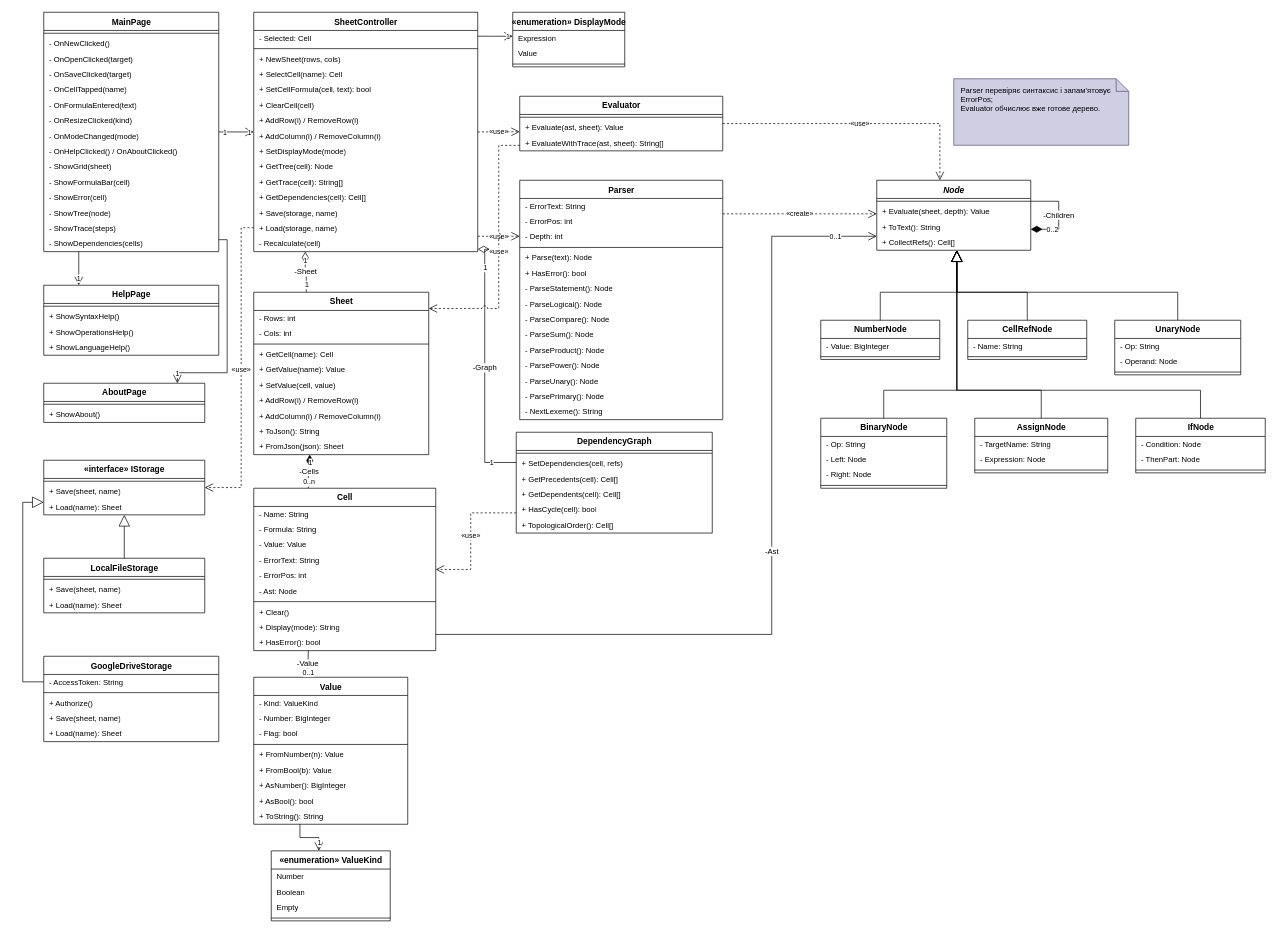
Above: docs/lab1_class-diagram.drawio in xxieuss/csharp-lab1-expr-spreadsheet (draw.io), before the change. Source tidied: cells renumbered, new cells numbered last; positions are measured from the earlier drawing's top-left corner, leaving out a move shared by most shapes. Both pictures are drawn from the tidied source at 70%, with x=0, y=0 at pixel (22, 12).
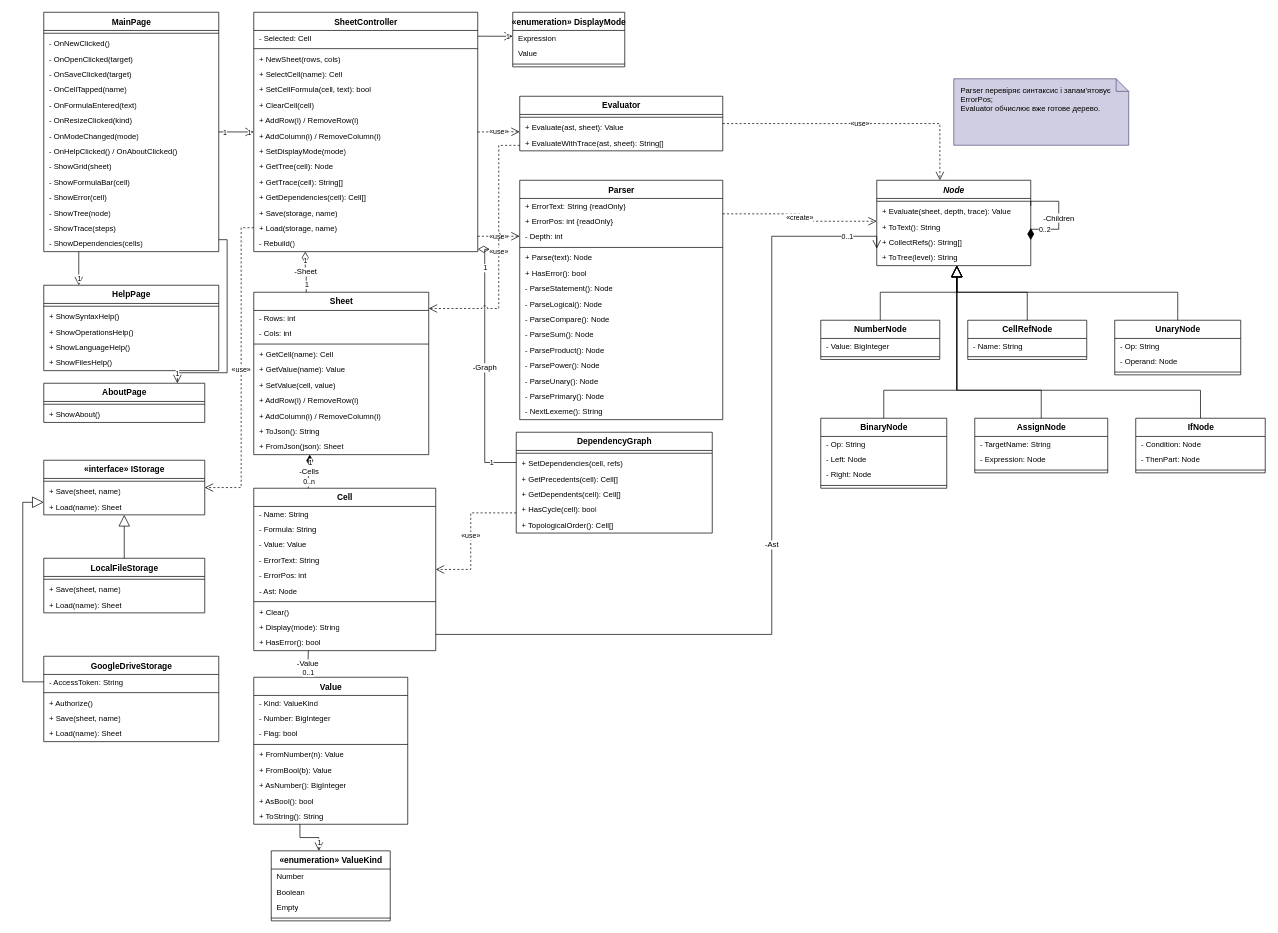
After the change.

Commit message (it also covers changes not shown here):
docs: sync UML diagrams with the implementation

Unchanged cells that the change refers to:
```xml
<mxCell id="26" value="SheetController" style="swimlane;fontStyle=1;align=center;verticalAlign=top;horizontal=1;startSize=26;html=1;fontSize=12;" parent="1" vertex="1">
  <mxGeometry x="330" width="320" height="342" as="geometry" />
</mxCell>
<mxCell id="50" value="Parser" style="swimlane;fontStyle=1;align=center;verticalAlign=top;horizontal=1;startSize=26;html=1;fontSize=12;" parent="1" vertex="1">
  <mxGeometry x="710" y="240" width="290" height="342" as="geometry" />
</mxCell>
```

Change to the diagram source:
```diff
@@
     <mxCell id="18" value="HelpPage" style="swimlane;fontStyle=1;align=center;verticalAlign=top;horizontal=1;startSize=26;html=1;fontSize=12;" parent="1" vertex="1">
-      <mxGeometry x="30" y="390" width="250" height="100" as="geometry" />
+      <mxGeometry x="30" y="390" width="250" height="122" as="geometry" />
     </mxCell>
@@
+    <mxCell id="194" value="+ ShowFilesHelp()" style="text;strokeColor=none;fillColor=none;align=left;verticalAlign=middle;spacingLeft=6;spacingRight=4;overflow=hidden;html=1;fontSize=11;" parent="18" vertex="1">
+      <mxGeometry y="100" width="250" height="22" as="geometry" />
+    </mxCell>
@@
-    <mxCell id="41" value="- Recalculate(cell)" style="text;strokeColor=none;fillColor=none;align=left;verticalAlign=middle;spacingLeft=6;spacingRight=4;overflow=hidden;html=1;fontSize=11;" parent="26" vertex="1">
+    <mxCell id="41" value="- Rebuild()" style="text;strokeColor=none;fillColor=none;align=left;verticalAlign=middle;spacingLeft=6;spacingRight=4;overflow=hidden;html=1;fontSize=11;" parent="26" vertex="1">
       <mxGeometry y="320" width="320" height="22" as="geometry" />
     </mxCell>
@@
-    <mxCell id="51" value="- ErrorText: String" style="text;strokeColor=none;fillColor=none;align=left;verticalAlign=middle;spacingLeft=6;spacingRight=4;overflow=hidden;html=1;fontSize=11;" parent="50" vertex="1">
+    <mxCell id="51" value="+ ErrorText: String {readOnly}" style="text;strokeColor=none;fillColor=none;align=left;verticalAlign=middle;spacingLeft=6;spacingRight=4;overflow=hidden;html=1;fontSize=11;" parent="50" vertex="1">
       <mxGeometry y="26" width="290" height="22" as="geometry" />
     </mxCell>
-    <mxCell id="52" value="- ErrorPos: int" style="text;strokeColor=none;fillColor=none;align=left;verticalAlign=middle;spacingLeft=6;spacingRight=4;overflow=hidden;html=1;fontSize=11;" parent="50" vertex="1">
+    <mxCell id="52" value="+ ErrorPos: int {readOnly}" style="text;strokeColor=none;fillColor=none;align=left;verticalAlign=middle;spacingLeft=6;spacingRight=4;overflow=hidden;html=1;fontSize=11;" parent="50" vertex="1">
       <mxGeometry y="48" width="290" height="22" as="geometry" />
     </mxCell>
@@
     <mxCell id="110" value="&lt;i&gt;Node&lt;/i&gt;" style="swimlane;fontStyle=1;align=center;verticalAlign=top;horizontal=1;startSize=26;html=1;fontSize=12;" parent="1" vertex="1">
-      <mxGeometry x="1220" y="240" width="220" height="100" as="geometry" />
+      <mxGeometry x="1220" y="240" width="220" height="122" as="geometry" />
     </mxCell>
@@
-    <mxCell id="112" value="+ Evaluate(sheet, depth): Value" style="text;strokeColor=none;fillColor=none;align=left;verticalAlign=middle;spacingLeft=6;spacingRight=4;overflow=hidden;html=1;fontSize=11;" parent="110" vertex="1">
+    <mxCell id="112" value="+ Evaluate(sheet, depth, trace): Value" style="text;strokeColor=none;fillColor=none;align=left;verticalAlign=middle;spacingLeft=6;spacingRight=4;overflow=hidden;html=1;fontSize=11;" parent="110" vertex="1">
       <mxGeometry y="34" width="220" height="22" as="geometry" />
     </mxCell>
@@
-    <mxCell id="114" value="+ CollectRefs(): Cell[]" style="text;strokeColor=none;fillColor=none;align=left;verticalAlign=middle;spacingLeft=6;spacingRight=4;overflow=hidden;html=1;fontSize=11;" parent="110" vertex="1">
+    <mxCell id="114" value="+ CollectRefs(): String[]" style="text;strokeColor=none;fillColor=none;align=left;verticalAlign=middle;spacingLeft=6;spacingRight=4;overflow=hidden;html=1;fontSize=11;" parent="110" vertex="1">
       <mxGeometry y="78" width="220" height="22" as="geometry" />
     </mxCell>
+    <mxCell id="195" value="+ ToTree(level): String" style="text;strokeColor=none;fillColor=none;align=left;verticalAlign=middle;spacingLeft=6;spacingRight=4;overflow=hidden;html=1;fontSize=11;" parent="110" vertex="1">
+      <mxGeometry y="100" width="220" height="22" as="geometry" />
+    </mxCell>
```
